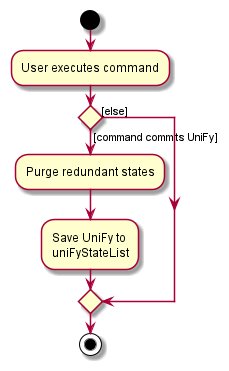
Earlier version of the PlantUML export docs/images/CommitActivityDiagram.png (nus-cs2103-AY2122S1/tp).
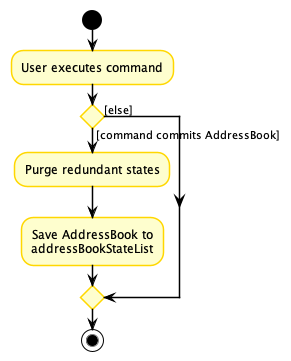
The same file after the commit.

Change to the diagram source:
```diff
@@ -1,12 +1,22 @@
 @startuml
+!include style.puml
+skinparam arrowThickness 1
+skinparam arrowColor USER_COLOR
+skinparam classBackgroundColor USER_COLOR
+skinparam classBorderColor USER_COLOR
+
+skinparam activity {
+BorderColor #gold
+DiamondBorderColor #gold
+}
+
 start
 :User executes command;
 
-
-if () then ([command commits UniFy])
+if () then ([command commits AddressBook])
     :Purge redundant states;
-    :Save UniFy to
-    uniFyStateList;
+    :Save AddressBook to
+    addressBookStateList;
 else ([else])
 endif
 stop
```
